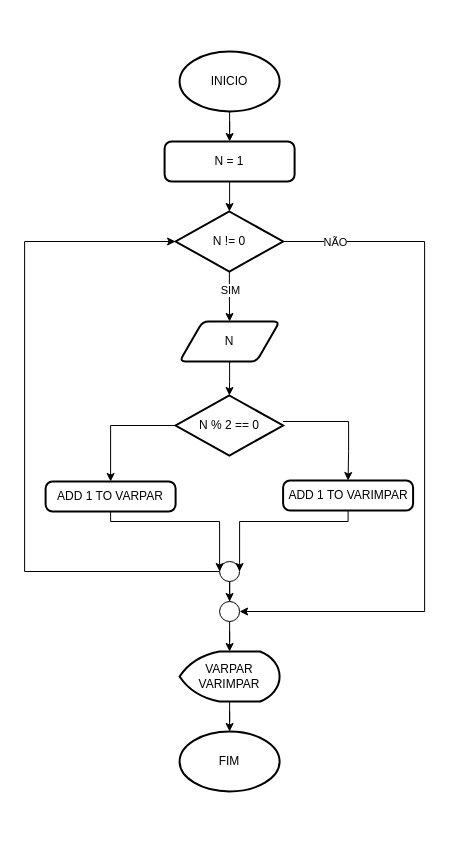
Before: Fluxo_Semana3_04.drawio in gabriel-carvalhos/fluxogramas-bootcamp-cdb, a draw.io diagram. Source tidied: cells renumbered, new cells numbered last; positions are measured from the earlier drawing's top-left corner, leaving out a move shared by most shapes. Both pictures are drawn from the tidied source at 100%, with x=0, y=0 at pixel (24, 51).
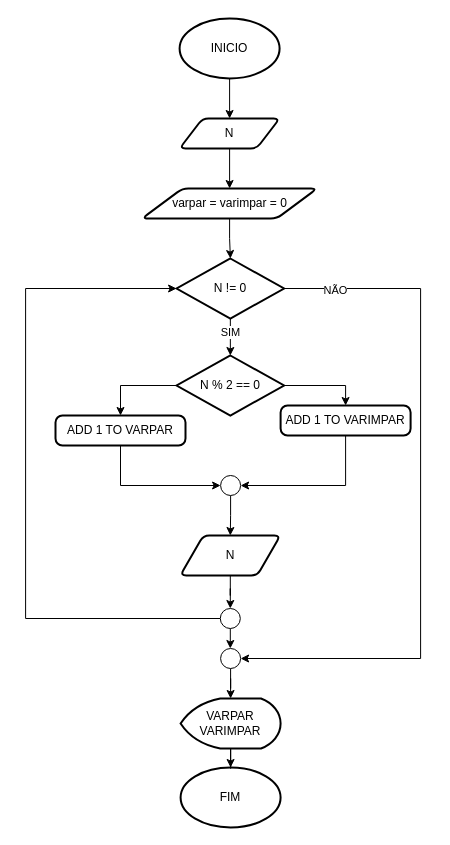
The same page after the edit.

The edit, as a diff of the source:
```diff
@@
-    <mxCell id="2" style="edgeStyle=orthogonalEdgeStyle;rounded=0;jettySize=auto;html=1;" parent="1" edge="1" source="3" target="6">
+    <mxCell id="2" style="edgeStyle=orthogonalEdgeStyle;rounded=0;jettySize=auto;html=1;entryX=0.5;entryY=0;entryDx=0;entryDy=0;" parent="1" edge="1" source="3" target="30">
       <mxGeometry relative="1" as="geometry" />
     </mxCell>
     <mxCell id="3" value="INICIO" style="strokeWidth=2;html=1;shape=mxgraph.flowchart.start_1;whiteSpace=wrap;" parent="1" vertex="1">
-      <mxGeometry x="155.1" width="100" height="60" as="geometry" />
+      <mxGeometry x="155.1" y="-33" width="100" height="60" as="geometry" />
     </mxCell>
     <mxCell id="4" value="FIM" style="strokeWidth=2;html=1;shape=mxgraph.flowchart.start_1;whiteSpace=wrap;" parent="1" vertex="1">
-      <mxGeometry x="155.1" y="680" width="100" height="60" as="geometry" />
+      <mxGeometry x="156.1" y="716" width="100" height="60" as="geometry" />
     </mxCell>
-    <mxCell id="5" style="edgeStyle=orthogonalEdgeStyle;rounded=0;jettySize=auto;html=1;" parent="1" edge="1" source="6" target="9">
-      <mxGeometry relative="1" as="geometry" />
-    </mxCell>
-    <mxCell id="6" value="N = 1" style="rounded=1;whiteSpace=wrap;html=1;absoluteArcSize=1;arcSize=14;strokeWidth=2;" parent="1" vertex="1">
-      <mxGeometry x="140.1" y="90" width="130" height="40" as="geometry" />
-    </mxCell>
-    <mxCell id="7" style="edgeStyle=orthogonalEdgeStyle;rounded=0;jettySize=auto;html=1;" parent="1" edge="1" source="9" target="10">
-      <mxGeometry relative="1" as="geometry" />
-    </mxCell>
-    <mxCell id="8" value="SIM" style="edgeLabel;html=1;align=center;verticalAlign=middle;" parent="7" vertex="1">
-      <mxGeometry x="-0.3" y="1" relative="1" as="geometry" />
-    </mxCell>
     <mxCell id="9" value="N != 0" style="strokeWidth=2;html=1;shape=mxgraph.flowchart.decision;whiteSpace=wrap;" parent="1" vertex="1">
-      <mxGeometry x="151.1" y="160" width="107.5" height="60" as="geometry" />
+      <mxGeometry x="152.1" y="207" width="107.5" height="60" as="geometry" />
     </mxCell>
+    <mxCell id="28" style="edgeStyle=orthogonalEdgeStyle;rounded=0;jettySize=auto;html=1;" parent="1" edge="1" source="10" target="19">
+      <mxGeometry relative="1" as="geometry" />
+    </mxCell>
     <mxCell id="10" value="N" style="shape=parallelogram;html=1;strokeWidth=2;perimeter=parallelogramPerimeter;whiteSpace=wrap;rounded=1;arcSize=12;size=0.23;" parent="1" vertex="1">
-      <mxGeometry x="155.1" y="270" width="100" height="40" as="geometry" />
+      <mxGeometry x="155.8" y="484" width="100" height="40" as="geometry" />
     </mxCell>
+    <mxCell id="12" style="edgeStyle=orthogonalEdgeStyle;rounded=0;jettySize=auto;html=1;exitX=0;exitY=0.5;exitDx=0;exitDy=0;exitPerimeter=0;" parent="1" edge="1" source="13" target="15">
+      <mxGeometry relative="1" as="geometry" />
+    </mxCell>
     <mxCell id="11" style="edgeStyle=orthogonalEdgeStyle;rounded=0;jettySize=auto;html=1;entryX=0.5;entryY=0;entryDx=0;entryDy=0;" parent="1" edge="1" source="13" target="16">
       <mxGeometry relative="1" as="geometry">
         <Array as="points">
-          <mxPoint x="324.1" y="370" />
-          <mxPoint x="324.1" y="400" />
+          <mxPoint x="321" y="334" />
         </Array>
       </mxGeometry>
     </mxCell>
-    <mxCell id="12" style="edgeStyle=orthogonalEdgeStyle;rounded=0;jettySize=auto;html=1;entryX=0.5;entryY=0;entryDx=0;entryDy=0;exitX=0;exitY=0.5;exitDx=0;exitDy=0;exitPerimeter=0;" parent="1" edge="1" source="13" target="15">
-      <mxGeometry relative="1" as="geometry">
-        <Array as="points">
-          <mxPoint x="86.1" y="374" />
-        </Array>
-      </mxGeometry>
-    </mxCell>
     <mxCell id="13" value="N % 2 == 0" style="strokeWidth=2;html=1;shape=mxgraph.flowchart.decision;whiteSpace=wrap;" parent="1" vertex="1">
-      <mxGeometry x="151.1" y="344" width="107.5" height="60" as="geometry" />
+      <mxGeometry x="152.1" y="304" width="107.5" height="60" as="geometry" />
     </mxCell>
-    <mxCell id="14" style="edgeStyle=orthogonalEdgeStyle;rounded=0;jettySize=auto;html=1;entryX=0.5;entryY=0;entryDx=0;entryDy=0;entryPerimeter=0;" parent="1" edge="1" source="10" target="13">
+    <mxCell id="14" style="edgeStyle=orthogonalEdgeStyle;rounded=0;jettySize=auto;html=1;entryX=0.5;entryY=0;entryDx=0;entryDy=0;entryPerimeter=0;exitX=0.5;exitY=1;exitDx=0;exitDy=0;exitPerimeter=0;" parent="1" edge="1" source="9" target="13">
       <mxGeometry relative="1" as="geometry" />
     </mxCell>
+    <mxCell id="8" value="SIM" style="edgeLabel;html=1;align=center;verticalAlign=middle;" parent="14" vertex="1">
+      <mxGeometry x="-0.28" relative="1" as="geometry" />
+    </mxCell>
     <mxCell id="15" value="ADD 1 TO VARPAR" style="rounded=1;whiteSpace=wrap;html=1;absoluteArcSize=1;arcSize=14;strokeWidth=2;" parent="1" vertex="1">
-      <mxGeometry x="21.1" y="430" width="130" height="30" as="geometry" />
+      <mxGeometry x="31" y="364" width="130" height="30" as="geometry" />
     </mxCell>
     <mxCell id="16" value="ADD 1 TO VARIMPAR" style="rounded=1;whiteSpace=wrap;html=1;absoluteArcSize=1;arcSize=14;strokeWidth=2;" parent="1" vertex="1">
-      <mxGeometry x="258.6" y="429" width="130" height="30" as="geometry" />
+      <mxGeometry x="256.1" y="354" width="130" height="30" as="geometry" />
     </mxCell>
     <mxCell id="17" style="edgeStyle=orthogonalEdgeStyle;rounded=0;jettySize=auto;html=1;entryX=0;entryY=0.5;entryDx=0;entryDy=0;exitX=0;exitY=0.5;exitDx=0;exitDy=0;exitPerimeter=0;entryPerimeter=0;" parent="1" edge="1" source="19" target="9">
       <mxGeometry relative="1" as="geometry">
         <Array as="points">
-          <mxPoint x="0.1" y="520" />
-          <mxPoint x="0.1" y="190" />
+          <mxPoint x="1.1" y="567" />
+          <mxPoint x="1.1" y="237" />
         </Array>
       </mxGeometry>
     </mxCell>
@@
     <mxCell id="19" style="strokeWidth=1;html=1;shape=mxgraph.flowchart.start_1;whiteSpace=wrap;" parent="1" vertex="1">
-      <mxGeometry x="195.1" y="510" width="20" height="20" as="geometry" />
+      <mxGeometry x="195.8" y="557" width="20" height="20" as="geometry" />
     </mxCell>
-    <mxCell id="20" style="edgeStyle=orthogonalEdgeStyle;rounded=0;jettySize=auto;html=1;entryX=1;entryY=0.5;entryDx=0;entryDy=0;entryPerimeter=0;" parent="1" edge="1" source="16" target="19">
-      <mxGeometry relative="1" as="geometry">
-        <Array as="points">
-          <mxPoint x="324.1" y="470" />
-          <mxPoint x="215.1" y="470" />
-        </Array>
-      </mxGeometry>
-    </mxCell>
-    <mxCell id="21" style="edgeStyle=orthogonalEdgeStyle;rounded=0;jettySize=auto;html=1;entryX=0;entryY=0.5;entryDx=0;entryDy=0;entryPerimeter=0;" parent="1" edge="1" source="15" target="19">
-      <mxGeometry relative="1" as="geometry">
-        <Array as="points">
-          <mxPoint x="86.1" y="470" />
-          <mxPoint x="195.1" y="470" />
-        </Array>
-      </mxGeometry>
-    </mxCell>
@@
     <mxCell id="23" style="strokeWidth=1;html=1;shape=mxgraph.flowchart.start_1;whiteSpace=wrap;" parent="1" vertex="1">
-      <mxGeometry x="195.1" y="550" width="20" height="20" as="geometry" />
+      <mxGeometry x="196.1" y="597" width="20" height="20" as="geometry" />
     </mxCell>
     <mxCell id="24" style="edgeStyle=orthogonalEdgeStyle;rounded=0;jettySize=auto;html=1;entryX=1;entryY=0.5;entryDx=0;entryDy=0;entryPerimeter=0;exitX=1;exitY=0.5;exitDx=0;exitDy=0;exitPerimeter=0;" parent="1" edge="1" source="9" target="23">
       <mxGeometry relative="1" as="geometry">
         <Array as="points">
-          <mxPoint x="400.1" y="190" />
-          <mxPoint x="400.1" y="560" />
+          <mxPoint x="396.1" y="237" />
+          <mxPoint x="396.1" y="607" />
         </Array>
       </mxGeometry>
     </mxCell>
     <mxCell id="25" value="NÃO" style="edgeLabel;html=1;align=center;verticalAlign=middle;" parent="24" vertex="1">
-      <mxGeometry x="-0.85" relative="1" as="geometry" />
+      <mxGeometry x="-0.85" relative="1" as="geometry">
+        <mxPoint y="1" as="offset" />
+      </mxGeometry>
     </mxCell>
@@
     <mxCell id="27" value="VARPAR&lt;div&gt;VARIMPAR&lt;/div&gt;" style="strokeWidth=2;html=1;shape=mxgraph.flowchart.display;whiteSpace=wrap;" parent="1" vertex="1">
-      <mxGeometry x="155.1" y="600" width="100" height="50" as="geometry" />
+      <mxGeometry x="156.1" y="647" width="100" height="50" as="geometry" />
     </mxCell>
+    <mxCell id="29" style="edgeStyle=orthogonalEdgeStyle;rounded=0;jettySize=auto;html=1;entryX=0.5;entryY=0;entryDx=0;entryDy=0;" parent="1" edge="1" source="30" target="36">
+      <mxGeometry relative="1" as="geometry" />
+    </mxCell>
+    <mxCell id="30" value="N" style="shape=parallelogram;html=1;strokeWidth=2;perimeter=parallelogramPerimeter;whiteSpace=wrap;rounded=1;arcSize=12;size=0.23;" parent="1" vertex="1">
+      <mxGeometry x="155.1" y="67" width="100" height="30" as="geometry" />
+    </mxCell>
+    <mxCell id="31" style="edgeStyle=orthogonalEdgeStyle;rounded=0;jettySize=auto;html=1;" parent="1" edge="1" source="32" target="10">
+      <mxGeometry relative="1" as="geometry" />
+    </mxCell>
+    <mxCell id="32" style="strokeWidth=1;html=1;shape=mxgraph.flowchart.start_1;whiteSpace=wrap;" parent="1" vertex="1">
+      <mxGeometry x="196.1" y="424" width="20" height="20" as="geometry" />
+    </mxCell>
+    <mxCell id="33" style="edgeStyle=orthogonalEdgeStyle;rounded=0;jettySize=auto;html=1;entryX=0;entryY=0.5;entryDx=0;entryDy=0;entryPerimeter=0;exitX=0.5;exitY=1;exitDx=0;exitDy=0;" parent="1" edge="1" source="15" target="32">
+      <mxGeometry relative="1" as="geometry" />
+    </mxCell>
+    <mxCell id="34" style="edgeStyle=orthogonalEdgeStyle;rounded=0;jettySize=auto;html=1;entryX=1;entryY=0.5;entryDx=0;entryDy=0;entryPerimeter=0;" parent="1" edge="1" source="16" target="32">
+      <mxGeometry relative="1" as="geometry">
+        <Array as="points">
+          <mxPoint x="321" y="434" />
+        </Array>
+      </mxGeometry>
+    </mxCell>
+    <mxCell id="35" style="edgeStyle=orthogonalEdgeStyle;rounded=0;jettySize=auto;html=1;" parent="1" edge="1" source="36" target="9">
+      <mxGeometry relative="1" as="geometry" />
+    </mxCell>
+    <mxCell id="36" value="varpar = varimpar = 0" style="shape=parallelogram;html=1;strokeWidth=2;perimeter=parallelogramPerimeter;whiteSpace=wrap;rounded=1;arcSize=12;size=0.23;" parent="1" vertex="1">
+      <mxGeometry x="117.6" y="137" width="175" height="30" as="geometry" />
+    </mxCell>
```
